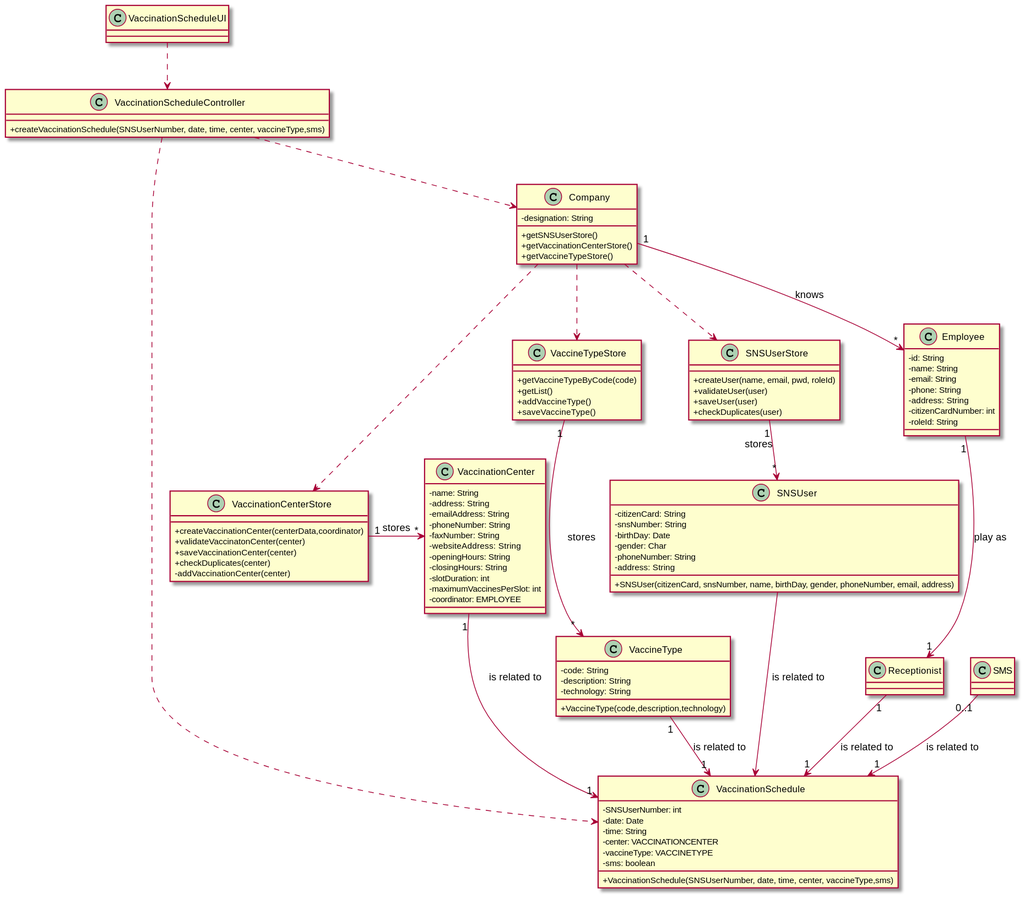
Above: docs/SprintC/US02/CD/US02_CD.svg in miseEnPlace-i/lapr2 (PlantUML), before the change. Source of this version:
```plantuml
@startuml US02_CD
skinparam classAttributeIconSize 0

class VaccinationSchedule {
  - SNSUserNumber: int
  - date: Date
  - time: String
  - center: VACCINATIONCENTER
  - vaccineType: VACCINETYPE
  - sms: boolean
  +VaccinationSchedule(SNSUserNumber, date, time, center, vaccineType,sms)
}


class Company {
  -designation: String
  +getSNSUserStore()
  +getVaccinationCenterStore()
  +getVaccineTypeStore()
}

class VaccinationScheduleController {
  +createVaccinationSchedule(SNSUserNumber, date, time, center, vaccineType,sms)
}

class VaccinationScheduleUI {}

class SNSUserStore {
  + createUser(name, email, pwd, roleId)
  + validateUser(user)
  + saveUser(user)
  + checkDuplicates(user)
}

class VaccinationCenterStore {
+createVaccinationCenter(centerData,coordinator)
+validateVaccinatonCenter(center)
+saveVaccinationCenter(center)
+checkDuplicates(center)
-addVaccinationCenter(center)
}

class VaccineTypeStore {
  +getVaccineTypeByCode(code)
  +getList()
  +addVaccineType()
  +saveVaccineType()
}

class VaccinationCenter{
  - name: String
  - address: String
  - emailAddress: String
  - phoneNumber: String
  - faxNumber: String
  - websiteAddress: String
  - openingHours: String
  - closingHours: String
  - slotDuration: int
  - maximumVaccinesPerSlot: int
  - coordinator: EMPLOYEE
}

class VaccineType {
  - code: String
  - description: String
  - technology: String
  + VaccineType(code,description,technology)
}

class SNSUser {
  - citizenCard: String
  - snsNumber: String
  - birthDay: Date
  - gender: Char
  - phoneNumber: String
  - address: String
  + SNSUser(citizenCard, snsNumber, name, birthDay, gender, phoneNumber, email, address)
  }

class Employee {
  -id: String
  -name: String
  -email: String
  -phone: String
  -address: String
  -citizenCardNumber: int
  -roleId: String
}

class Receptionist {}

class SMS {}

VaccinationScheduleUI ..> VaccinationScheduleController
VaccinationScheduleController ..> VaccinationSchedule
VaccinationScheduleController ..> Company
Company ..> SNSUserStore
Company ..> VaccinationCenterStore
Company ..> VaccineTypeStore
Company "1" --> "*" Employee : knows
VaccinationCenterStore "1" -> "*" VaccinationCenter : stores
VaccineTypeStore "1" -> "*" VaccineType : stores
SNSUserStore "1" -> "*" SNSUser : stores
Employee "1" --> "1" Receptionist : play as
Receptionist "1" --> "1" VaccinationSchedule : is related to
VaccinationCenter "1" --> "1" VaccinationSchedule : is related to
SNSUser --> VaccinationSchedule : is related to
VaccineType "1" --> "1" VaccinationSchedule : is related to
SMS "0..1" --> "1" VaccinationSchedule : is related to


@enduml
```
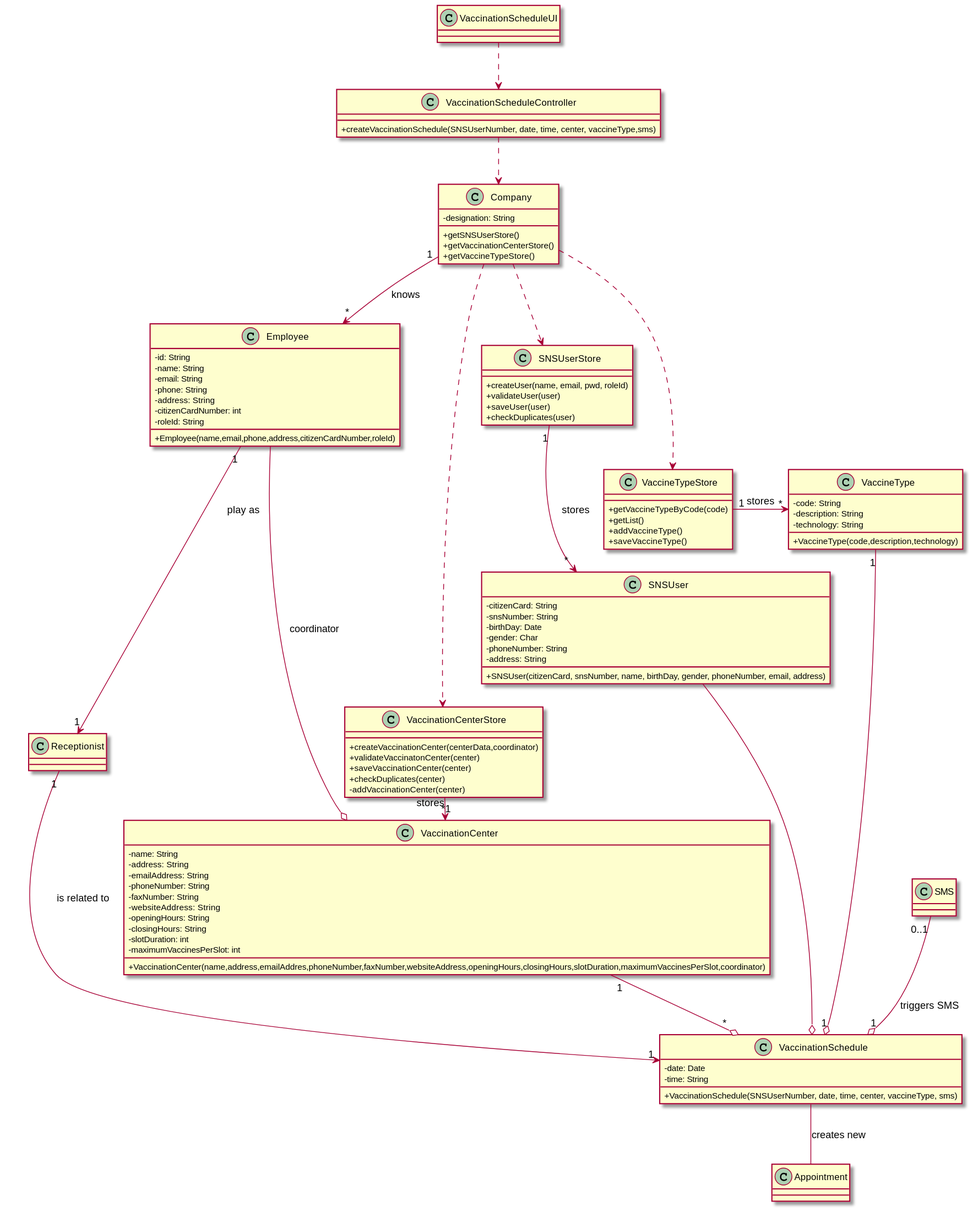
Later version of the same file.

Commit message:
docs(US02): updated CD (added agregation relations) and added new CD.svg

What changed in the source:
```diff
@@ -2,13 +2,9 @@
 skinparam classAttributeIconSize 0
 
 class VaccinationSchedule {
-  - SNSUserNumber: int
   - date: Date
   - time: String
-  - center: VACCINATIONCENTER
-  - vaccineType: VACCINETYPE
-  - sms: boolean
-  +VaccinationSchedule(SNSUserNumber, date, time, center, vaccineType,sms)
+  +VaccinationSchedule(SNSUserNumber, date, time, center, vaccineType, sms)
 }
 
 
@@ -58,7 +54,7 @@
   - closingHours: String
   - slotDuration: int
   - maximumVaccinesPerSlot: int
-  - coordinator: EMPLOYEE
+  +VaccinationCenter(name,address,emailAddres,phoneNumber,faxNumber,websiteAddress,openingHours,closingHours,slotDuration,maximumVaccinesPerSlot,coordinator)
 }
 
 class VaccineType {
@@ -86,6 +82,7 @@
   -address: String
   -citizenCardNumber: int
   -roleId: String
+  +Employee(name,email,phone,address,citizenCardNumber,roleId)
 }
 
 class Receptionist {}
@@ -93,7 +90,6 @@
 class SMS {}
 
 VaccinationScheduleUI ..> VaccinationScheduleController
-VaccinationScheduleController ..> VaccinationSchedule
 VaccinationScheduleController ..> Company
 Company ..> SNSUserStore
 Company ..> VaccinationCenterStore
@@ -103,11 +99,13 @@
 VaccineTypeStore "1" -> "*" VaccineType : stores
 SNSUserStore "1" -> "*" SNSUser : stores
 Employee "1" --> "1" Receptionist : play as
+Employee ---o VaccinationCenter : coordinator
 Receptionist "1" --> "1" VaccinationSchedule : is related to
-VaccinationCenter "1" --> "1" VaccinationSchedule : is related to
-SNSUser --> VaccinationSchedule : is related to
-VaccineType "1" --> "1" VaccinationSchedule : is related to
-SMS "0..1" --> "1" VaccinationSchedule : is related to
+VaccinationCenter "1" --o "*" VaccinationSchedule
+SNSUser --o VaccinationSchedule
+VaccineType "1" --o "1" VaccinationSchedule
+SMS "0..1" --o "1" VaccinationSchedule : triggers SMS
+VaccinationSchedule -- Appointment : creates new
 
 
 @enduml
```
